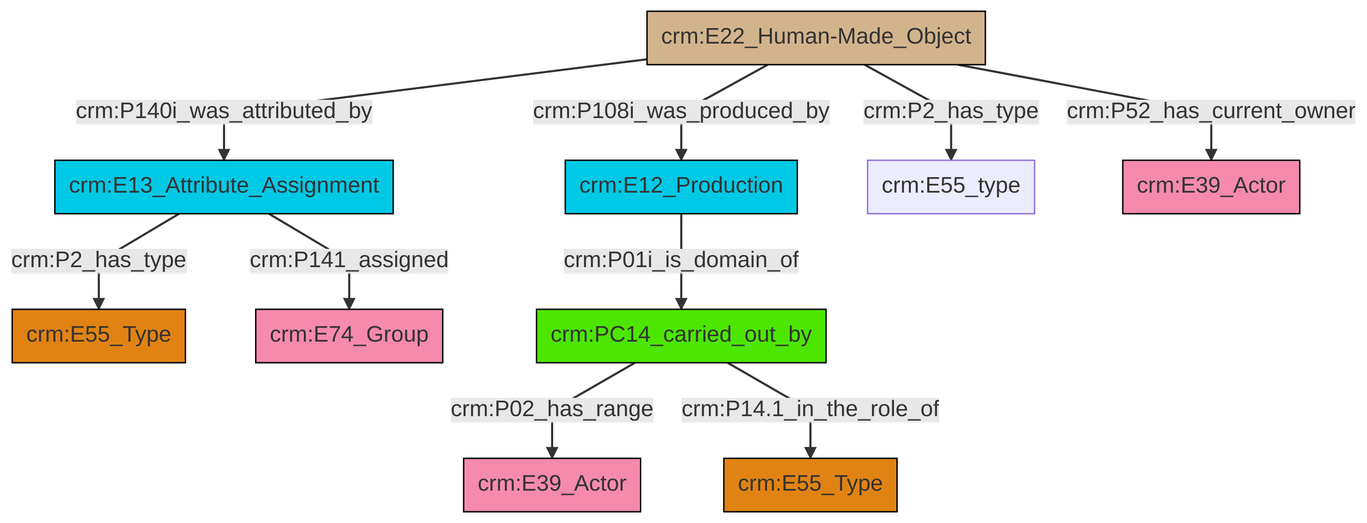
Before: et/builtWorkCSV/ttl/mmd/png/Built_Work_actor_relations.png, a diagram exported from Mermaid (swiss-art-research-net/reference-data-models). Its source is kept beside it as et/builtWorkCSV/ttl/mmd/Built_Work_actor_relations.ttl.mmd.
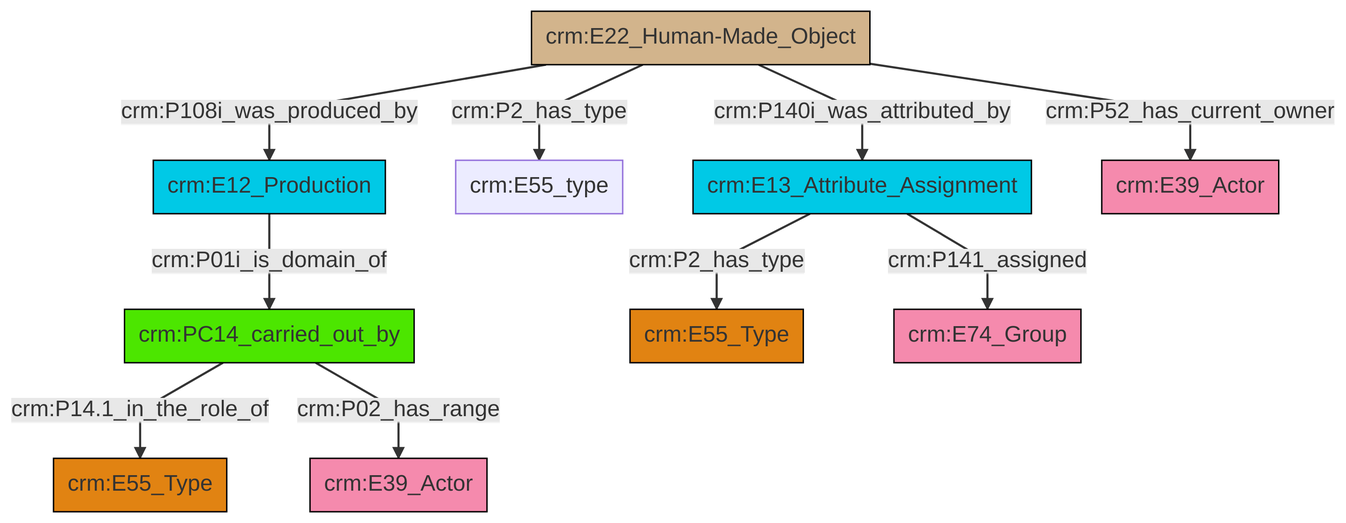
The same file after the commit.

What changed in the source:
```diff
@@ -13,12 +13,12 @@
 classDef PC_Classes fill:#4ce600, stroke:#000000;
 classDef Multi fill:#cccccc,stroke:#000000;
 
-2["crm:E13_Attribute_Assignment"]:::Temporal_Entity -->|crm:P2_has_type| 3["crm:E55_Type"]:::Type
-8["crm:E12_Production"]:::Temporal_Entity -->|crm:P01i_is_domain_of| 9["crm:PC14_carried_out_by"]:::PC_Classes
-9["crm:PC14_carried_out_by"]:::PC_Classes -->|crm:P02_has_range| 0["crm:E39_Actor"]:::Actor
-2["crm:E13_Attribute_Assignment"]:::Temporal_Entity -->|crm:P141_assigned| 10["crm:E74_Group"]:::Actor
-6["crm:E22_Human-Made_Object"]:::Physical_Thing -->|crm:P140i_was_attributed_by| 2["crm:E13_Attribute_Assignment"]:::Temporal_Entity
-6["crm:E22_Human-Made_Object"]:::Physical_Thing -->|crm:P108i_was_produced_by| 8["crm:E12_Production"]:::Temporal_Entity
-6["crm:E22_Human-Made_Object"]:::Physical_Thing -->|crm:P2_has_type| 12["crm:E55_type"]:::Default
-9["crm:PC14_carried_out_by"]:::PC_Classes -->|crm:P14.1_in_the_role_of| 18["crm:E55_Type"]:::Type
-6["crm:E22_Human-Made_Object"]:::Physical_Thing -->|crm:P52_has_current_owner| 16["crm:E39_Actor"]:::Actor
+2["crm:E22_Human-Made_Object"]:::Physical_Thing -->|crm:P108i_was_produced_by| 3["crm:E12_Production"]:::Temporal_Entity
+4["crm:PC14_carried_out_by"]:::PC_Classes -->|crm:P14.1_in_the_role_of| 5["crm:E55_Type"]:::Type
+14["crm:E13_Attribute_Assignment"]:::Temporal_Entity -->|crm:P2_has_type| 10["crm:E55_Type"]:::Type
+3["crm:E12_Production"]:::Temporal_Entity -->|crm:P01i_is_domain_of| 4["crm:PC14_carried_out_by"]:::PC_Classes
+2["crm:E22_Human-Made_Object"]:::Physical_Thing -->|crm:P2_has_type| 15["crm:E55_type"]:::Default
+14["crm:E13_Attribute_Assignment"]:::Temporal_Entity -->|crm:P141_assigned| 0["crm:E74_Group"]:::Actor
+4["crm:PC14_carried_out_by"]:::PC_Classes -->|crm:P02_has_range| 18["crm:E39_Actor"]:::Actor
+2["crm:E22_Human-Made_Object"]:::Physical_Thing -->|crm:P140i_was_attributed_by| 14["crm:E13_Attribute_Assignment"]:::Temporal_Entity
+2["crm:E22_Human-Made_Object"]:::Physical_Thing -->|crm:P52_has_current_owner| 7["crm:E39_Actor"]:::Actor
```
